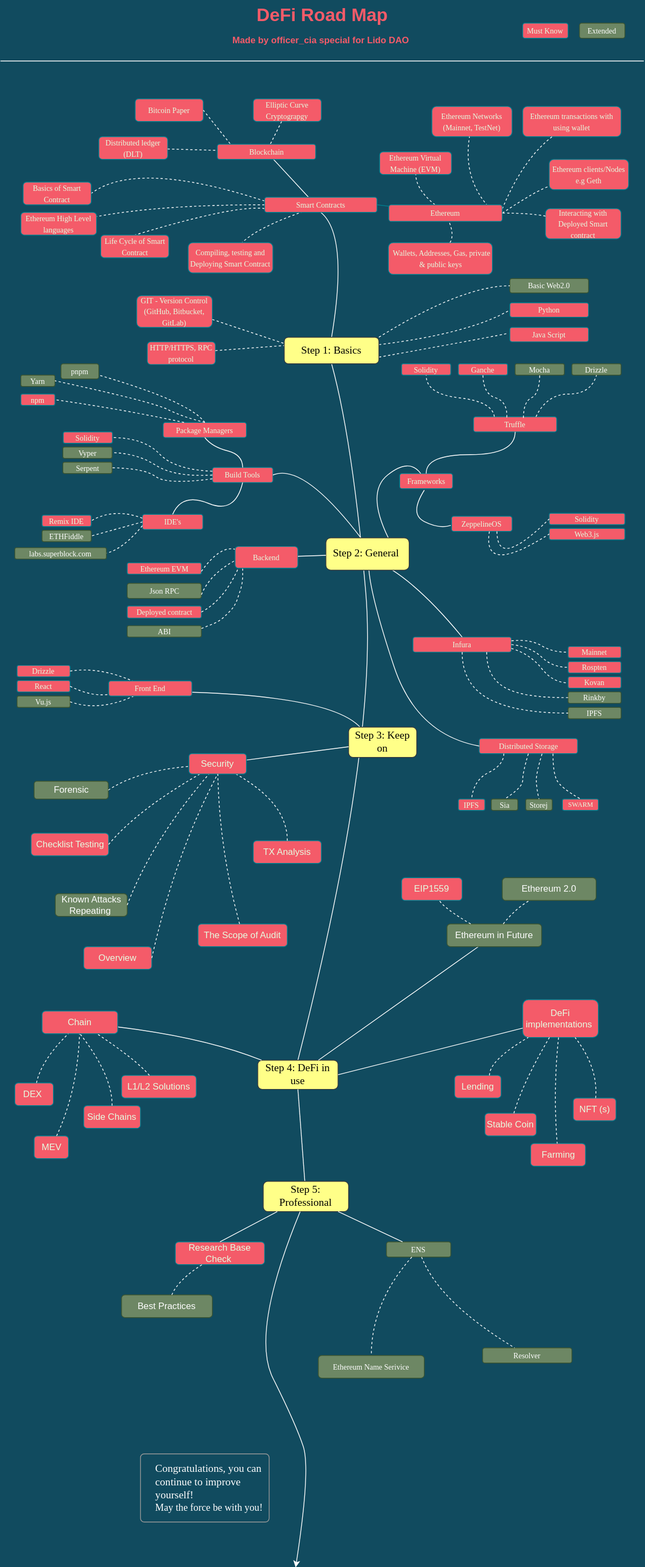
This is DeFiDevRroadMap_-Page-1.svg from OffcierCia/DeFi-Developer-Road-Map, a draw.io export, as it was before one commit. Source tidied: cells renumbered, new cells last; positions are measured from the earlier drawing's top-left corner, leaving out a move shared by most shapes.
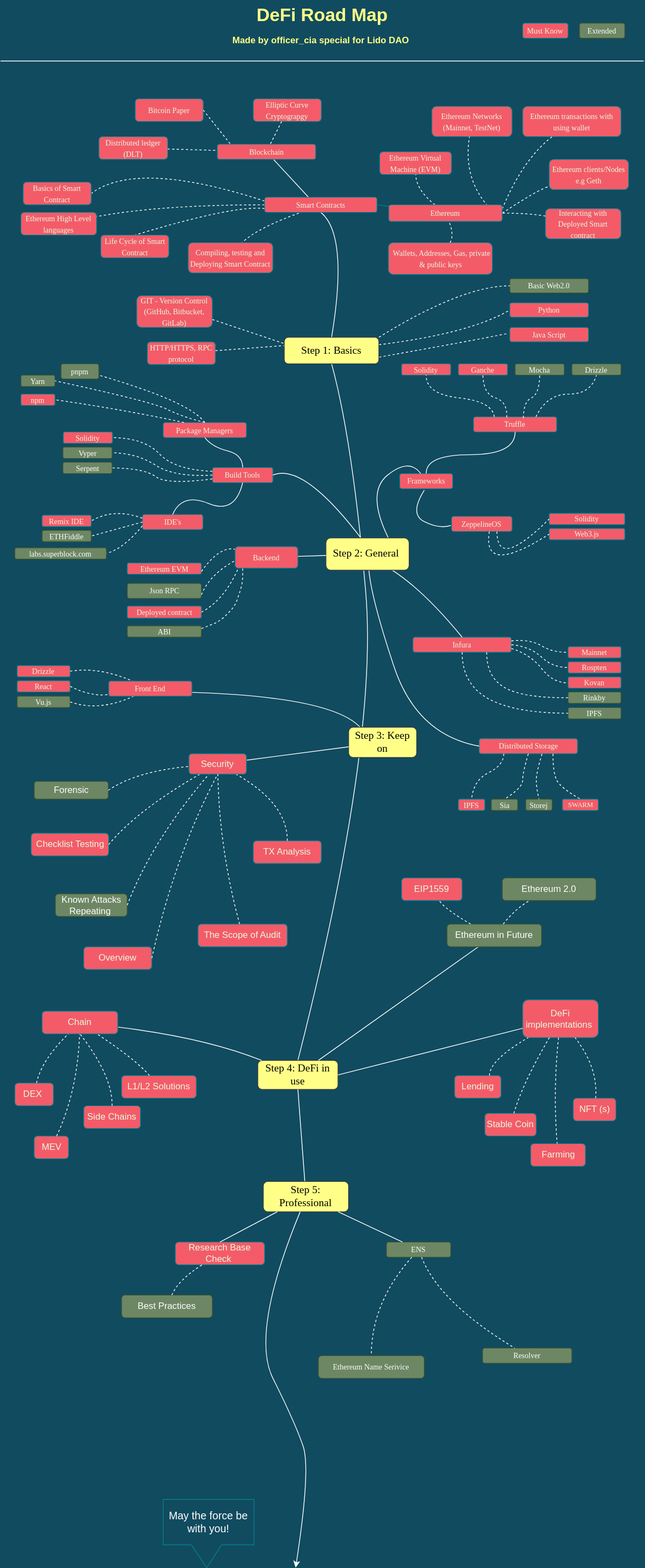
After the commit.

Change to the diagram source:
```diff
@@ -911,7 +911,7 @@
         </Array>
       </mxGeometry>
     </mxCell>
-    <mxCell id="188" value="&lt;font color=&quot;#f45b69&quot;&gt;DeFi Road Map&lt;/font&gt;" style="text;strokeColor=none;fillColor=none;html=1;fontSize=24;fontStyle=1;verticalAlign=middle;align=center;rounded=0;sketch=0;fontColor=#E4FDE1;" parent="1" vertex="1">
+    <mxCell id="188" value="&lt;font color=&quot;#ffff88&quot;&gt;DeFi Road Map&lt;/font&gt;" style="text;strokeColor=none;fillColor=none;html=1;fontSize=24;fontStyle=1;verticalAlign=middle;align=center;rounded=0;sketch=0;fontColor=#E4FDE1;" parent="1" vertex="1">
       <mxGeometry x="375" width="100" height="40" as="geometry" />
     </mxCell>
     <mxCell id="189" style="endArrow=none;html=1;fontColor=#E4FDE1;strokeColor=#FFFFFF;fillColor=#F45B69;" parent="1" edge="1">
@@ -920,11 +920,11 @@
         <mxPoint x="850" y="80" as="targetPoint" />
       </mxGeometry>
     </mxCell>
-    <mxCell id="190" value="&lt;font style=&quot;font-size: 12px&quot; color=&quot;#f45b69&quot;&gt;Made by officer_cia special for Lido DAO&lt;/font&gt;" style="text;strokeColor=none;fillColor=none;html=1;fontSize=24;fontStyle=1;verticalAlign=middle;align=center;rounded=0;sketch=0;fontColor=#E4FDE1;" parent="1" vertex="1">
+    <mxCell id="190" value="&lt;font style=&quot;font-size: 12px&quot; color=&quot;#ffff88&quot;&gt;Made by officer_cia special for Lido DAO&lt;/font&gt;" style="text;strokeColor=none;fillColor=none;html=1;fontSize=24;fontStyle=1;verticalAlign=middle;align=center;rounded=0;sketch=0;fontColor=#E4FDE1;" parent="1" vertex="1">
       <mxGeometry x="373.2" y="29" width="100" height="40" as="geometry" />
     </mxCell>
-    <mxCell id="191" value="&lt;font face=&quot;Verdana&quot; color=&quot;#ffffff&quot;&gt;Congratulations, you can continue to improve yourself!&lt;br&gt;&lt;/font&gt;&lt;p style=&quot;margin: 0px ; font-stretch: normal ; font-size: 13px ; line-height: normal&quot;&gt;&lt;font face=&quot;Verdana&quot; color=&quot;#ffffff&quot;&gt;May the force be with you!&lt;/font&gt;&lt;/p&gt;" style="html=1;shadow=0;dashed=0;shape=mxgraph.bootstrap.rrect;rSize=5;strokeColor=#999999;strokeWidth=1;fontColor=#6C767D;whiteSpace=wrap;align=left;verticalAlign=middle;spacingLeft=10;fontSize=14;spacing=10;rounded=0;sketch=0;fillColor=none;" parent="1" vertex="1">
-      <mxGeometry x="185" y="1920" width="170" height="90" as="geometry" />
-    </mxCell>
+    <mxCell id="192" value="&lt;span style=&quot;color: rgb(255 , 255 , 255) ; text-align: left&quot;&gt;&lt;font style=&quot;font-size: 14px&quot;&gt;May the force be with you!&lt;/font&gt;&lt;/span&gt;" style="shape=callout;whiteSpace=wrap;html=1;perimeter=calloutPerimeter;rounded=0;sketch=0;fontColor=#E4FDE1;strokeColor=#028090;fillColor=none;size=30;position=0.31;base=40;position2=0.48;" parent="1" vertex="1">
+      <mxGeometry x="215" y="1980" width="120" height="90" as="geometry" />
+    </mxCell>
   </root>
 </mxGraphModel>
```
